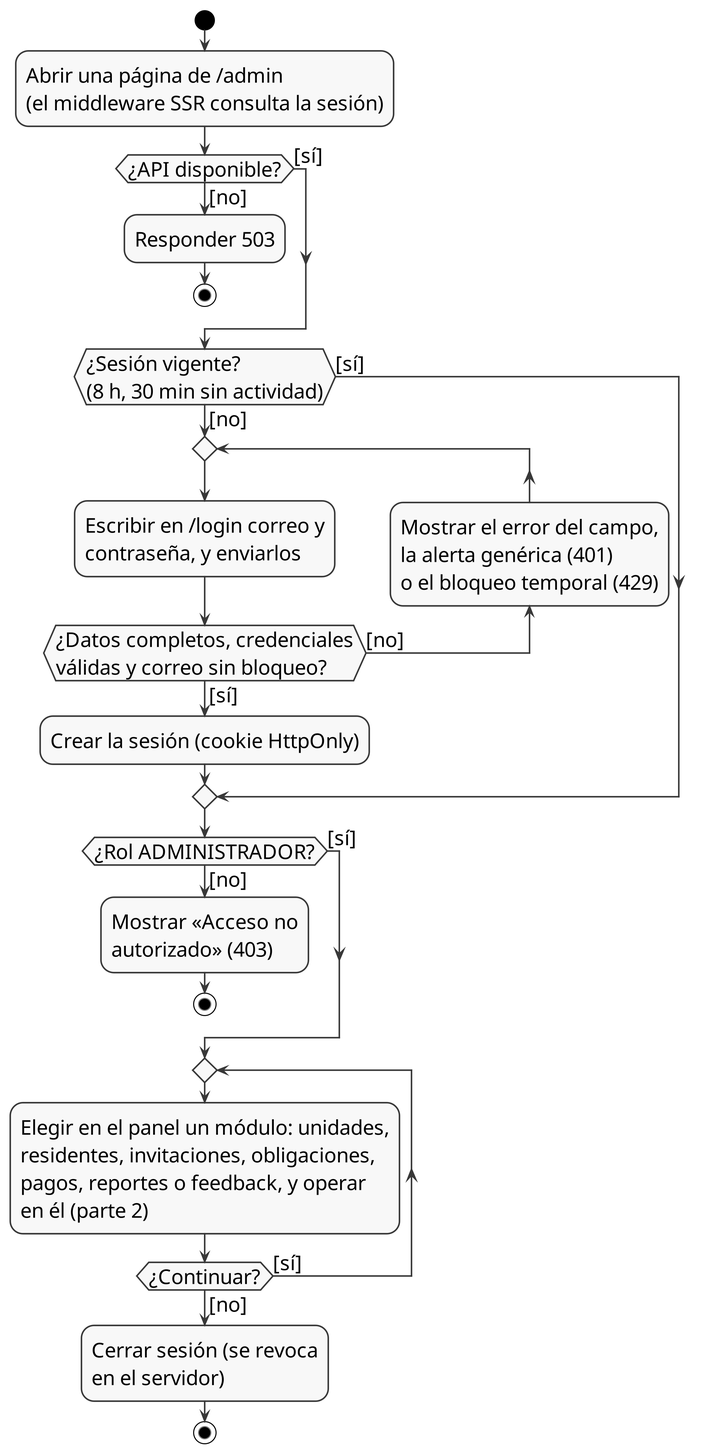
Before: docs/entrega-objetivos/actividades/actividades-administrador-parte1.png, a diagram exported from PlantUML (yilberDev/SoftPh-Academico). Its source is kept beside it as docs/entrega-objetivos/actividades/actividades-administrador-parte1.puml.
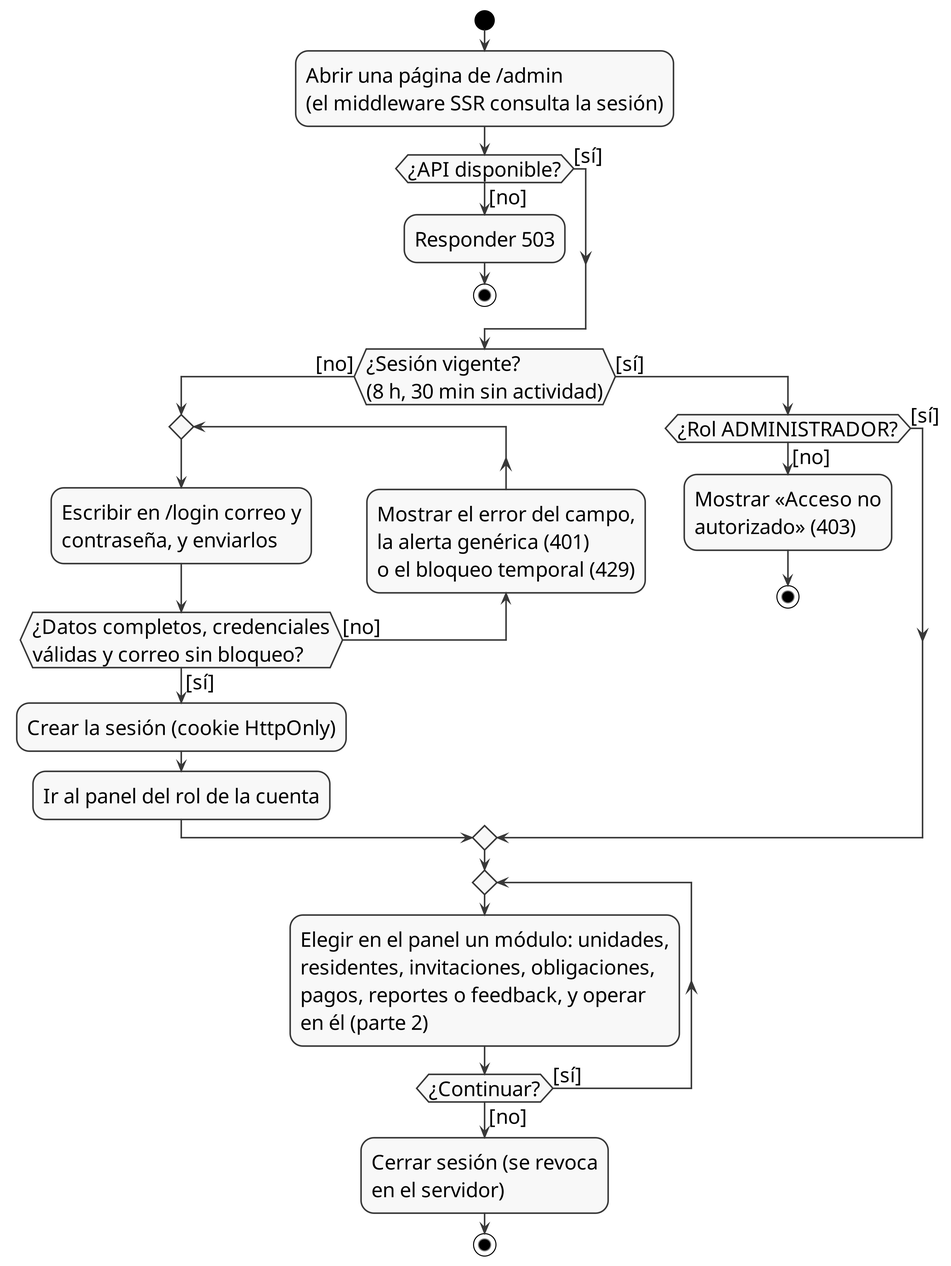
Later version of the same file.

What changed in the source:
```diff
@@ -20,12 +20,13 @@
   backward:Mostrar el error del campo,\nla alerta genérica (401)\no el bloqueo temporal (429);
   repeat while (¿Datos completos, credenciales\nválidas y correo sin bloqueo?) is ([no]) not ([sí])
   :Crear la sesión (cookie HttpOnly);
+  :Ir al panel del rol de la cuenta;
 else ([sí])
-endif
-if (¿Rol ADMINISTRADOR?) then ([no])
-  :Mostrar «Acceso no\nautorizado» (403);
-  stop
-else ([sí])
+  if (¿Rol ADMINISTRADOR?) then ([no])
+    :Mostrar «Acceso no\nautorizado» (403);
+    stop
+  else ([sí])
+  endif
 endif
 repeat
   :Elegir en el panel un módulo: unidades,\nresidentes, invitaciones, obligaciones,\npagos, reportes o feedback, y operar\nen él (parte 2);
```
